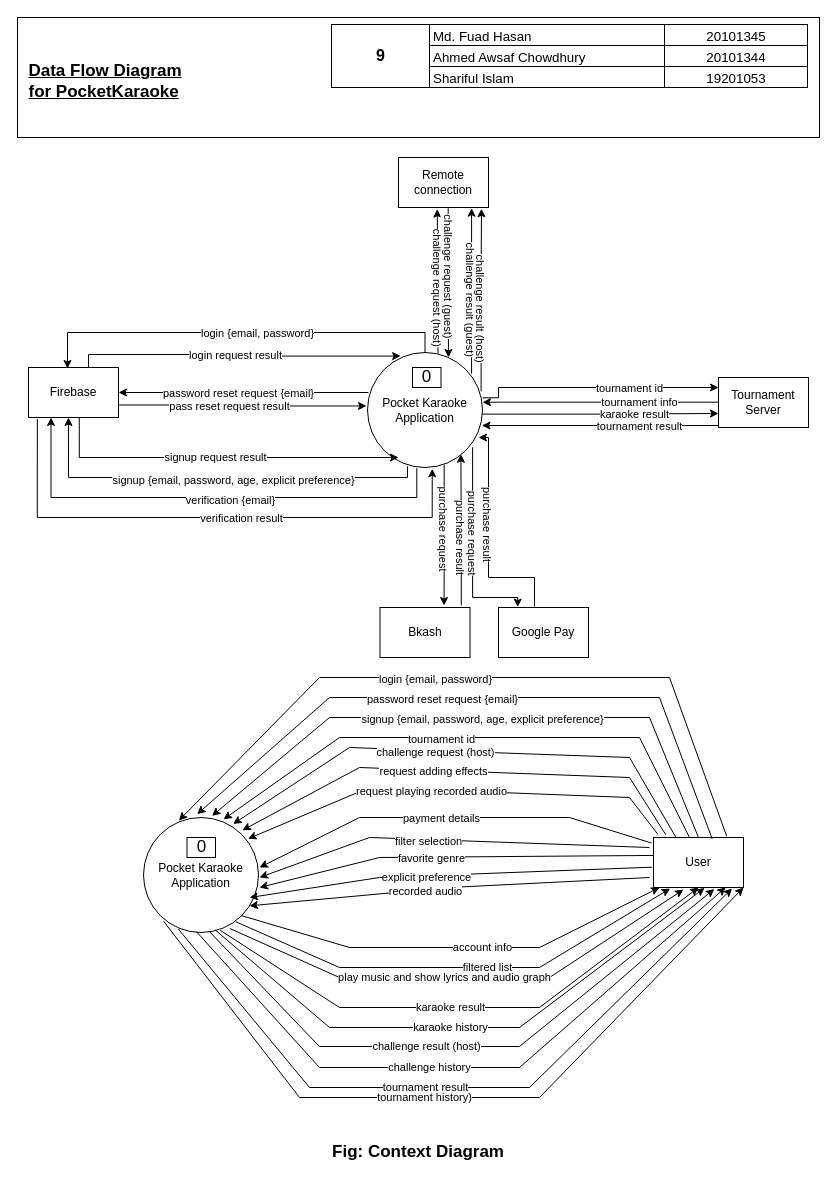
The draw.io diagram page "Page-1" (1 of 3) of System Analysis/PocketKaraoke Data Flow Diagram.drawio in FuSan21/PocketKaraoke, before the edit. Source tidied: cells renumbered, new cells numbered last; positions are measured from the earlier drawing's top-left corner, leaving out a move shared by most shapes. Both pictures are drawn from the tidied source at 100%, with x=0, y=0 at pixel (17, 17).
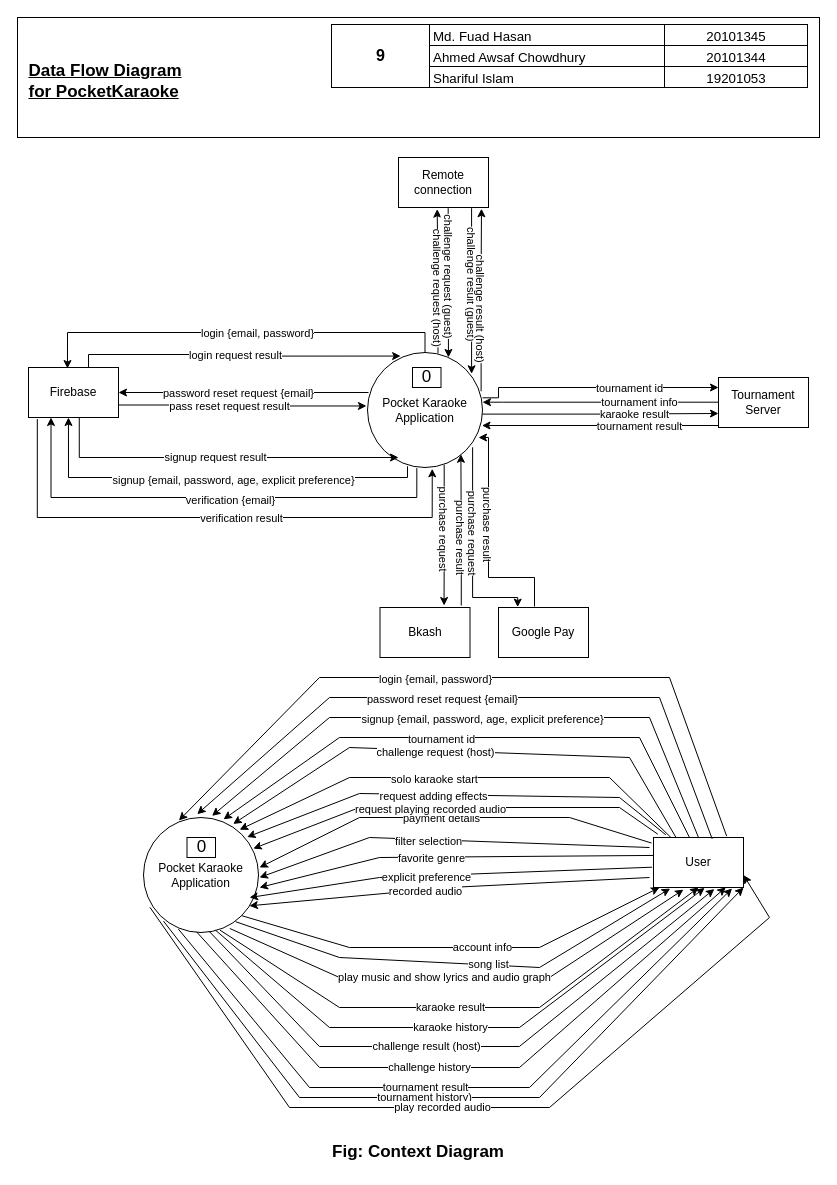
Above is the later version.

The change refers to these unchanged cells:
```xml
<mxCell id="4" value="Pocket Karaoke Application" style="ellipse;whiteSpace=wrap;html=1;" parent="1" vertex="1">
  <mxGeometry x="350" y="335" width="115" height="115" as="geometry" />
</mxCell>
<mxCell id="10" value="Remote&lt;br&gt;connection" style="rounded=0;whiteSpace=wrap;html=1;" parent="1" vertex="1">
  <mxGeometry x="381" y="140" width="90" height="50" as="geometry" />
</mxCell>
<mxCell id="52" value="Pocket Karaoke Application" style="ellipse;whiteSpace=wrap;html=1;" parent="1" vertex="1">
  <mxGeometry x="126" y="800" width="115" height="115" as="geometry" />
</mxCell>
<mxCell id="54" value="User" style="rounded=0;whiteSpace=wrap;html=1;" parent="1" vertex="1">
  <mxGeometry x="636" y="820" width="90" height="50" as="geometry" />
</mxCell>
```

What changed in the source:
```diff
@@
-    <mxCell id="38" style="edgeStyle=orthogonalEdgeStyle;rounded=0;jettySize=auto;html=1;exitX=0.905;exitY=0.185;exitDx=0;exitDy=0;exitPerimeter=0;entryX=0.812;entryY=1.014;entryDx=0;entryDy=0;entryPerimeter=0;" parent="1" edge="1" source="4" target="10">
+    <mxCell id="38" style="edgeStyle=orthogonalEdgeStyle;rounded=0;jettySize=auto;html=1;exitX=0.812;exitY=1.014;exitDx=0;exitDy=0;exitPerimeter=0;entryX=0.905;entryY=0.185;entryDx=0;entryDy=0;entryPerimeter=0;" parent="1" edge="1" source="10" target="4">
       <mxGeometry relative="1" as="geometry" />
     </mxCell>
@@
     <mxCell id="73" style="endArrow=classic;html=1;rounded=0;entryX=0.185;entryY=1.021;entryDx=0;entryDy=0;entryPerimeter=0;exitX=0.801;exitY=0.906;exitDx=0;exitDy=0;exitPerimeter=0;" parent="1" edge="1" source="52" target="54">
       <mxGeometry relative="1" as="geometry">
         <Array as="points">
-          <mxPoint x="322" y="950" />
+          <mxPoint x="322" y="940" />
           <mxPoint x="522" y="950" />
         </Array>
       </mxGeometry>
     </mxCell>
-    <mxCell id="74" value="filtered list" style="edgeLabel;html=1;align=center;verticalAlign=middle;" parent="73" vertex="1">
+    <mxCell id="74" value="song list" style="edgeLabel;html=1;align=center;verticalAlign=middle;" parent="73" vertex="1">
       <mxGeometry x="0.12" y="1" relative="1" as="geometry" />
     </mxCell>
@@
-    <mxCell id="87" style="endArrow=classic;html=1;rounded=0;exitX=0.137;exitY=-0.054;exitDx=0;exitDy=0;exitPerimeter=0;entryX=0.86;entryY=0.111;entryDx=0;entryDy=0;entryPerimeter=0;" parent="1" edge="1" source="54" target="52">
+    <mxCell id="87" style="endArrow=classic;html=1;rounded=0;exitX=0.137;exitY=-0.054;exitDx=0;exitDy=0;exitPerimeter=0;entryX=0.901;entryY=0.17;entryDx=0;entryDy=0;entryPerimeter=0;" parent="1" edge="1" source="54" target="52">
       <mxGeometry relative="1" as="geometry">
         <Array as="points">
-          <mxPoint x="612" y="760" />
-          <mxPoint x="342" y="750" />
+          <mxPoint x="602" y="780" />
+          <mxPoint x="342" y="776" />
         </Array>
       </mxGeometry>
     </mxCell>
@@
-    <mxCell id="89" style="endArrow=classic;html=1;rounded=0;exitX=0.048;exitY=-0.066;exitDx=0;exitDy=0;exitPerimeter=0;entryX=0.909;entryY=0.185;entryDx=0;entryDy=0;entryPerimeter=0;" parent="1" edge="1" source="54" target="52">
+    <mxCell id="89" style="endArrow=classic;html=1;rounded=0;exitX=0.048;exitY=-0.066;exitDx=0;exitDy=0;exitPerimeter=0;entryX=0.955;entryY=0.27;entryDx=0;entryDy=0;entryPerimeter=0;" parent="1" edge="1" source="54" target="52">
       <mxGeometry relative="1" as="geometry">
         <Array as="points">
-          <mxPoint x="612" y="780" />
-          <mxPoint x="352" y="770" />
+          <mxPoint x="602" y="790" />
+          <mxPoint x="342" y="790" />
         </Array>
       </mxGeometry>
     </mxCell>
@@
+    <mxCell id="97" style="endArrow=classic;html=1;rounded=0;exitX=0.195;exitY=0.003;exitDx=0;exitDy=0;entryX=0.836;entryY=0.106;entryDx=0;entryDy=0;entryPerimeter=0;exitPerimeter=0;" parent="1" edge="1" source="54" target="52">
+      <mxGeometry relative="1" as="geometry">
+        <Array as="points">
+          <mxPoint x="592" y="760" />
+          <mxPoint x="332" y="760" />
+        </Array>
+      </mxGeometry>
+    </mxCell>
+    <mxCell id="98" value="solo karaoke start" style="edgeLabel;html=1;align=center;verticalAlign=middle;" parent="97" vertex="1">
+      <mxGeometry x="0.12" y="1" relative="1" as="geometry" />
+    </mxCell>
+    <mxCell id="99" style="endArrow=classic;html=1;rounded=0;exitX=0.056;exitY=0.781;exitDx=0;exitDy=0;exitPerimeter=0;entryX=1;entryY=0.75;entryDx=0;entryDy=0;" parent="1" edge="1" source="52" target="54">
+      <mxGeometry relative="1" as="geometry">
+        <Array as="points">
+          <mxPoint x="272" y="1090" />
+          <mxPoint x="532" y="1090" />
+          <mxPoint x="752" y="900" />
+        </Array>
+      </mxGeometry>
+    </mxCell>
+    <mxCell id="100" value="play recorded audio" style="edgeLabel;html=1;align=center;verticalAlign=middle;" parent="99" vertex="1">
+      <mxGeometry x="0.12" y="1" relative="1" as="geometry">
+        <mxPoint x="-76" as="offset" />
+      </mxGeometry>
+    </mxCell>
```
